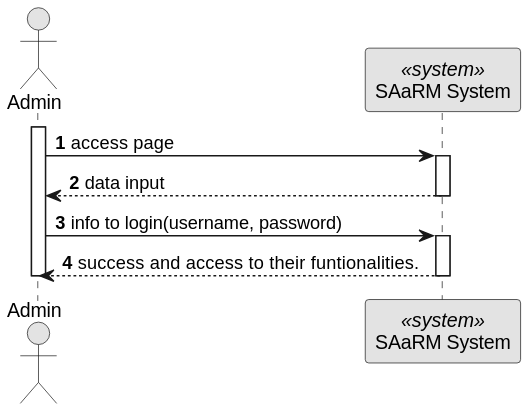
The PlantUML diagram docs/BackofficeModule/7.2.15/sequence-diagram-1.svg in Ana-Miguel-Silva/SurgicalAppointmentAndResourceManagement, before a commit. The source it was exported from:
```plantuml
@startuml
skinparam monochrome true
skinparam packageStyle rectangle
skinparam shadowing false

autonumber

actor "Admin" as AD
participant "SAaRM System" as SYS <<system>>

activate AD
AD -> SYS: access page
activate SYS
SYS --> AD : data input
deactivate SYS
AD -> SYS : info to login(username, password)
activate SYS
SYS --> AD : success and access to their funtionalities.

deactivate SYS

deactivate AD
@enduml
```
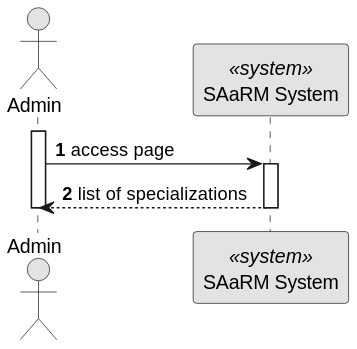
Above is the later version.

Diff of the diagram source:
```diff
@@ -11,11 +11,7 @@
 activate AD
 AD -> SYS: access page
 activate SYS
-SYS --> AD : data input
-deactivate SYS
-AD -> SYS : info to login(username, password)
-activate SYS
-SYS --> AD : success and access to their funtionalities.
+SYS --> AD : list of specializations
 
 deactivate SYS
 
```
